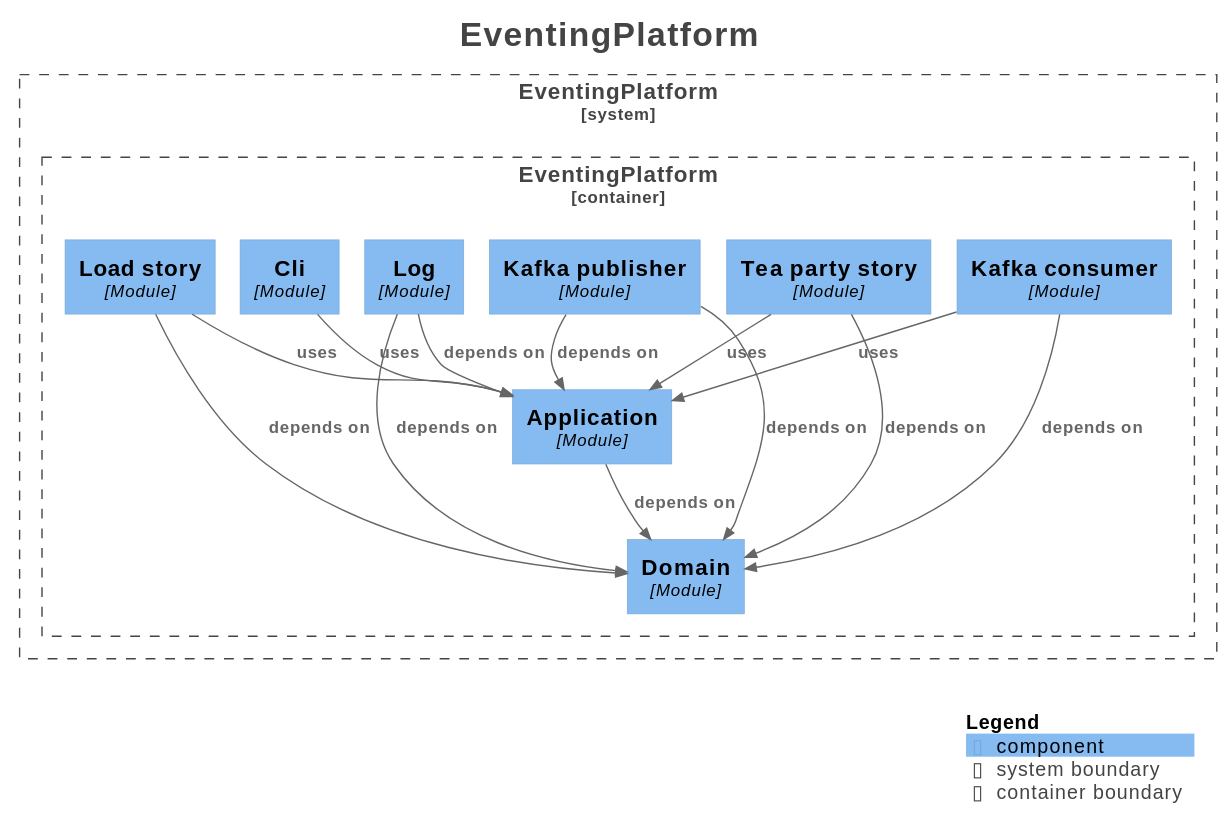
Before: docs/generated/architecture/svg/components.svg, a diagram exported from PlantUML (Mathmagicians/confluent-eventing-playground).
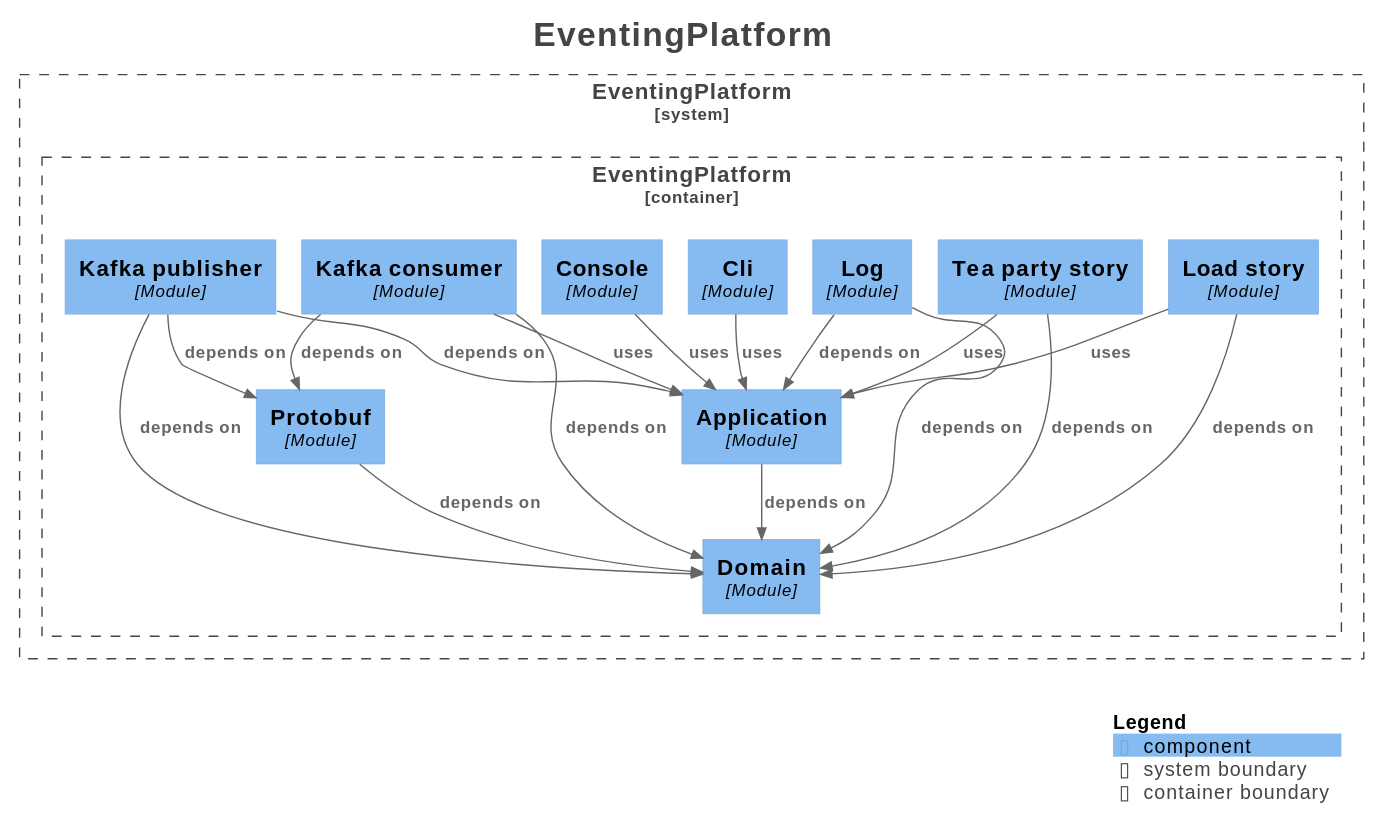
The same diagram one commit later.

What changed in the source:
```diff
@@ -18,30 +18,36 @@
 
 System_Boundary("EventingPlatform_boundary", "EventingPlatform", $tags="") {
   Container_Boundary("EventingPlatform.EventingPlatform_boundary", "EventingPlatform", $tags="") {
+    Component(EventingPlatform.EventingPlatform.Log, "Log", $techn="Module", $descr="", $tags="", $link="")
+    Component(EventingPlatform.EventingPlatform.Loadstory, "Load story", $techn="Module", $descr="", $tags="", $link="")
     Component(EventingPlatform.EventingPlatform.Teapartystory, "Tea party story", $techn="Module", $descr="", $tags="", $link="")
     Component(EventingPlatform.EventingPlatform.Domain, "Domain", $techn="Module", $descr="", $tags="", $link="")
+    Component(EventingPlatform.EventingPlatform.Protobuf, "Protobuf", $techn="Module", $descr="", $tags="", $link="")
     Component(EventingPlatform.EventingPlatform.Application, "Application", $techn="Module", $descr="", $tags="", $link="")
     Component(EventingPlatform.EventingPlatform.Cli, "Cli", $techn="Module", $descr="", $tags="", $link="")
+    Component(EventingPlatform.EventingPlatform.Console, "Console", $techn="Module", $descr="", $tags="", $link="")
     Component(EventingPlatform.EventingPlatform.Kafkaconsumer, "Kafka consumer", $techn="Module", $descr="", $tags="", $link="")
     Component(EventingPlatform.EventingPlatform.Kafkapublisher, "Kafka publisher", $techn="Module", $descr="", $tags="", $link="")
-    Component(EventingPlatform.EventingPlatform.Log, "Log", $techn="Module", $descr="", $tags="", $link="")
-    Component(EventingPlatform.EventingPlatform.Loadstory, "Load story", $techn="Module", $descr="", $tags="", $link="")
   }
 
 }
 
-Rel(EventingPlatform.EventingPlatform.Application, EventingPlatform.EventingPlatform.Domain, "depends on", $techn="", $tags="", $link="")
+Rel(EventingPlatform.EventingPlatform.Kafkaconsumer, EventingPlatform.EventingPlatform.Domain, "depends on", $techn="", $tags="", $link="")
+Rel(EventingPlatform.EventingPlatform.Kafkaconsumer, EventingPlatform.EventingPlatform.Protobuf, "depends on", $techn="", $tags="", $link="")
+Rel(EventingPlatform.EventingPlatform.Kafkaconsumer, EventingPlatform.EventingPlatform.Application, "uses", $techn="", $tags="", $link="")
+Rel(EventingPlatform.EventingPlatform.Log, EventingPlatform.EventingPlatform.Domain, "depends on", $techn="", $tags="", $link="")
+Rel(EventingPlatform.EventingPlatform.Log, EventingPlatform.EventingPlatform.Application, "depends on", $techn="", $tags="", $link="")
 Rel(EventingPlatform.EventingPlatform.Teapartystory, EventingPlatform.EventingPlatform.Domain, "depends on", $techn="", $tags="", $link="")
 Rel(EventingPlatform.EventingPlatform.Teapartystory, EventingPlatform.EventingPlatform.Application, "uses", $techn="", $tags="", $link="")
+Rel(EventingPlatform.EventingPlatform.Protobuf, EventingPlatform.EventingPlatform.Domain, "depends on", $techn="", $tags="", $link="")
+Rel(EventingPlatform.EventingPlatform.Application, EventingPlatform.EventingPlatform.Domain, "depends on", $techn="", $tags="", $link="")
+Rel(EventingPlatform.EventingPlatform.Cli, EventingPlatform.EventingPlatform.Application, "uses", $techn="", $tags="", $link="")
 Rel(EventingPlatform.EventingPlatform.Loadstory, EventingPlatform.EventingPlatform.Domain, "depends on", $techn="", $tags="", $link="")
 Rel(EventingPlatform.EventingPlatform.Loadstory, EventingPlatform.EventingPlatform.Application, "uses", $techn="", $tags="", $link="")
-Rel(EventingPlatform.EventingPlatform.Cli, EventingPlatform.EventingPlatform.Application, "uses", $techn="", $tags="", $link="")
-Rel(EventingPlatform.EventingPlatform.Log, EventingPlatform.EventingPlatform.Domain, "depends on", $techn="", $tags="", $link="")
-Rel(EventingPlatform.EventingPlatform.Log, EventingPlatform.EventingPlatform.Application, "depends on", $techn="", $tags="", $link="")
+Rel(EventingPlatform.EventingPlatform.Console, EventingPlatform.EventingPlatform.Application, "uses", $techn="", $tags="", $link="")
 Rel(EventingPlatform.EventingPlatform.Kafkapublisher, EventingPlatform.EventingPlatform.Domain, "depends on", $techn="", $tags="", $link="")
+Rel(EventingPlatform.EventingPlatform.Kafkapublisher, EventingPlatform.EventingPlatform.Protobuf, "depends on", $techn="", $tags="", $link="")
 Rel(EventingPlatform.EventingPlatform.Kafkapublisher, EventingPlatform.EventingPlatform.Application, "depends on", $techn="", $tags="", $link="")
-Rel(EventingPlatform.EventingPlatform.Kafkaconsumer, EventingPlatform.EventingPlatform.Domain, "depends on", $techn="", $tags="", $link="")
-Rel(EventingPlatform.EventingPlatform.Kafkaconsumer, EventingPlatform.EventingPlatform.Application, "uses", $techn="", $tags="", $link="")
 
 SHOW_LEGEND(true)
 hide stereotypes
```
